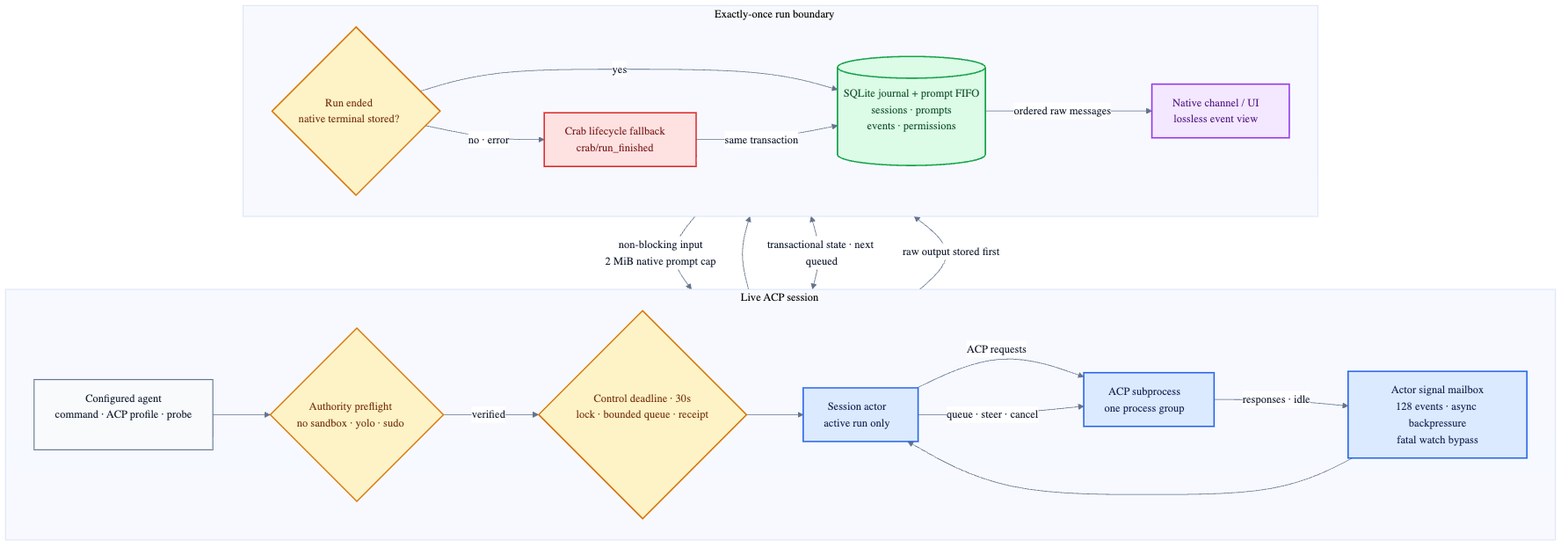
The Mermaid diagram v2/docs/agent-host-flow.png in fontanierh/crab, before a commit. Its source is kept beside it as v2/docs/agent-host-flow.mmd.
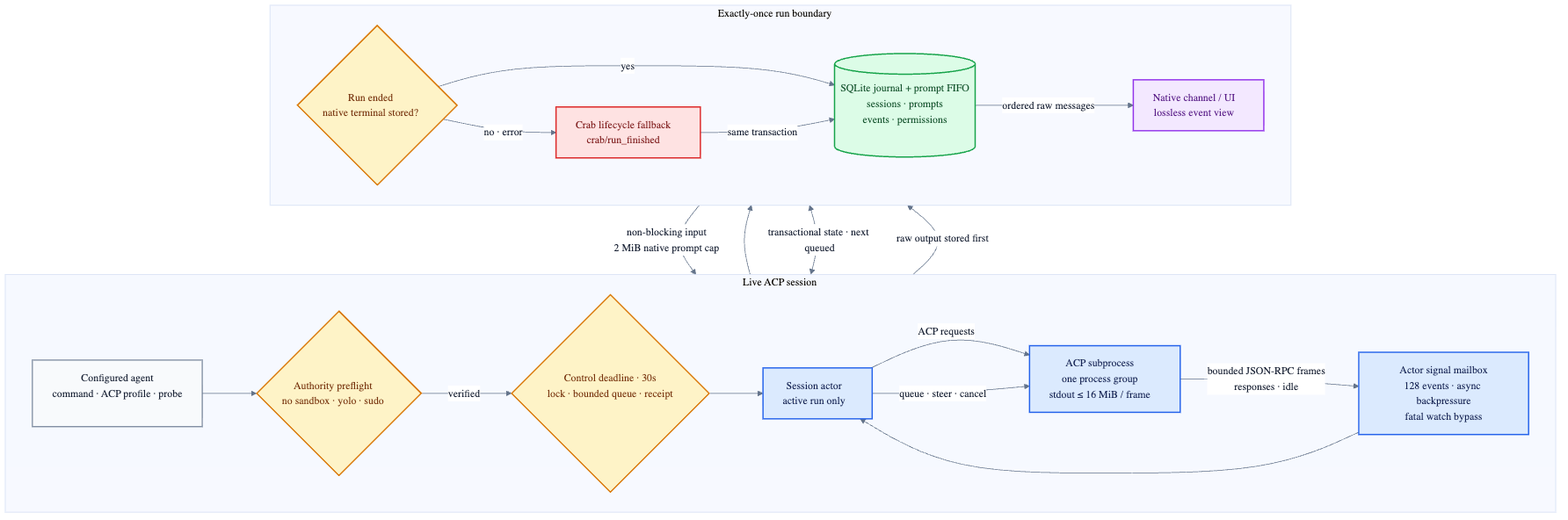
Above is the later version.

Commit message:
fix(v2): bound ACP adapter stdout frames (#314)

Change to the diagram source:
```diff
@@ -7,11 +7,11 @@
         CONTROL{"Control deadline · 30s<br/>lock · bounded queue · receipt"}
         ACTOR["Session actor<br/>active run only"]
         MAILBOX["Actor signal mailbox<br/>128 events · async backpressure<br/>fatal watch bypass"]
-        ACP["ACP subprocess<br/>one process group"]
+        ACP["ACP subprocess<br/>one process group<br/>stdout ≤ 16 MiB / frame"]
         CONFIG --> PREFLIGHT
         PREFLIGHT -->|"verified"| CONTROL --> ACTOR
         ACTOR -->|"ACP requests"| ACP
-        ACP -->|"responses · idle"| MAILBOX --> ACTOR
+        ACP -->|"bounded JSON-RPC frames<br/>responses · idle"| MAILBOX --> ACTOR
         ACTOR -->|"queue · steer · cancel"| ACP
     end
     subgraph DURABLE["Exactly-once run boundary"]
```
